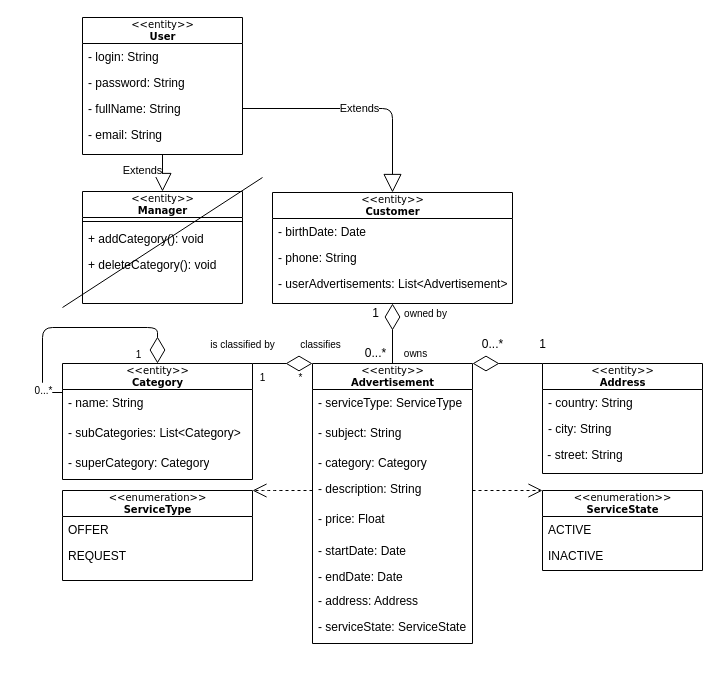
StanislavRa/group_A_Helppy keeps this draw.io diagram as page "UML" (1 of 3) of HelppyDiagrams.drawio. Above is the earlier version. Source tidied: cells renumbered, new cells numbered last; positions are measured from the earlier drawing's top-left corner, leaving out a move shared by most shapes. Both pictures are drawn from the tidied source at 100%, with x=0, y=0 at pixel (42, 17).
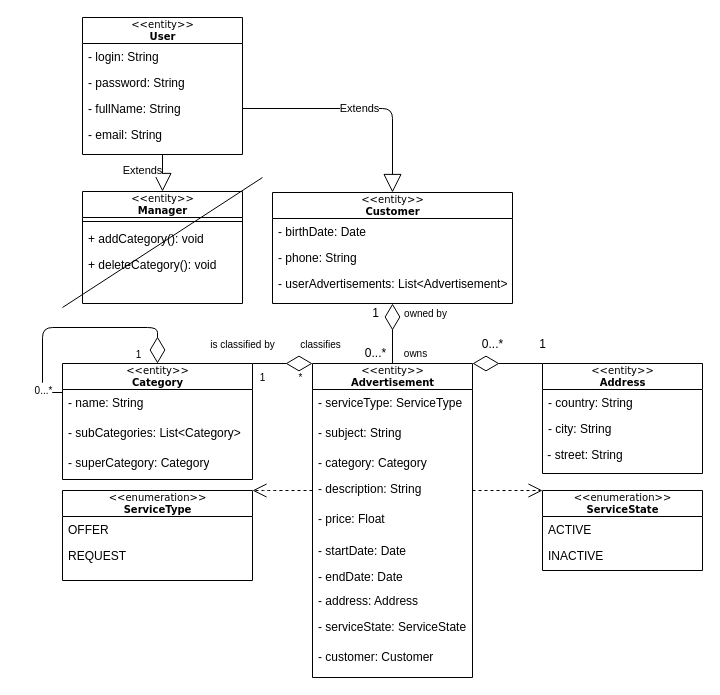
The same page after the edit.

The edit, as a diff of the source:
```diff
@@
     <mxCell id="6" value="&amp;lt;&amp;lt;entity&amp;gt;&amp;gt;&lt;br&gt;&lt;b&gt;Advertisement&lt;/b&gt;" style="swimlane;html=1;fontStyle=0;horizontal=1;startSize=26;fillColor=none;swimlaneFillColor=#ffffff;rounded=0;shadow=0;comic=0;labelBackgroundColor=none;strokeWidth=1;fontFamily=Verdana;fontSize=10;align=center;" parent="1" vertex="1">
-      <mxGeometry x="270" y="346" width="160" height="280" as="geometry" />
+      <mxGeometry x="270" y="346" width="160" height="314" as="geometry" />
     </mxCell>
@@
+    <mxCell id="60" value="- customer: Customer" style="text;html=1;strokeColor=none;fillColor=none;align=left;verticalAlign=top;spacingLeft=4;spacingRight=4;whiteSpace=wrap;overflow=hidden;" parent="6" vertex="1">
+      <mxGeometry y="280" width="160" height="30" as="geometry" />
+    </mxCell>
```
